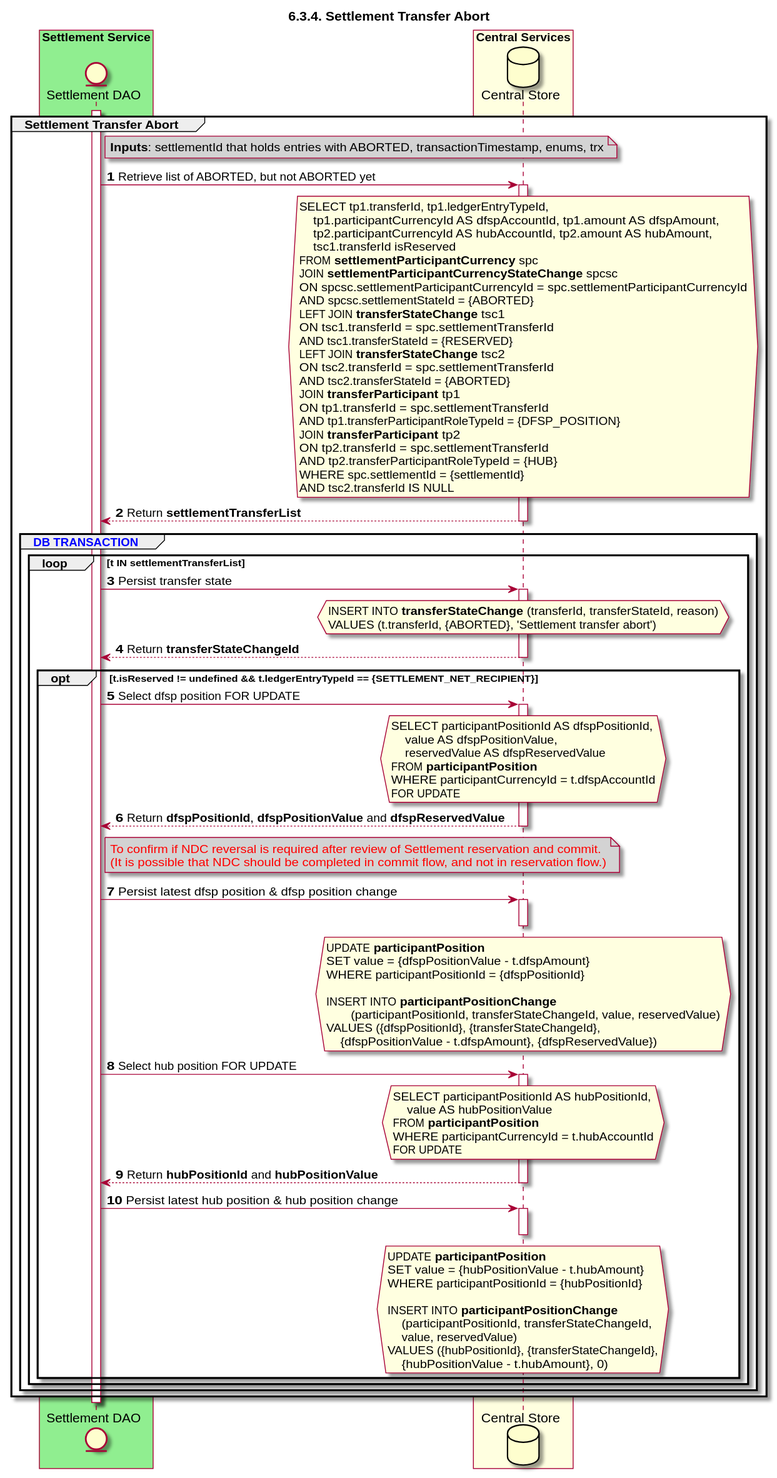
Above: Diagrams/SequenceDiagrams/seq-settransfer-6.3.4-abort.svg in ggrg/docs (PlantUML), before the change. The source it was exported from:
```plantuml
@startuml
title 6.3.4. Settlement Transfer Abort
autonumber

entity "Settlement DAO" as SETTLE_DAO
database "Central Store" as DB

box "Settlement Service" #lightgreen
    participant SETTLE_DAO
end box

box "Central Services" #lightyellow
    participant DB
end box

activate SETTLE_DAO
group Settlement Transfer Abort
    note right of SETTLE_DAO #lightgray
        **Inputs**: settlementId that holds entries with ABORTED, transactionTimestamp, enums, trx
    end note
    SETTLE_DAO -> DB: Retrieve list of ABORTED, but not ABORTED yet
    activate DB
    hnote over DB #lightyellow
        SELECT tp1.transferId, tp1.ledgerEntryTypeId,
            tp1.participantCurrencyId AS dfspAccountId, tp1.amount AS dfspAmount,
            tp2.participantCurrencyId AS hubAccountId, tp2.amount AS hubAmount,
            tsc1.transferId isReserved
        FROM **settlementParticipantCurrency** spc
        JOIN **settlementParticipantCurrencyStateChange** spcsc
        ON spcsc.settlementParticipantCurrencyId = spc.settlementParticipantCurrencyId
        AND spcsc.settlementStateId = {ABORTED}
        LEFT JOIN **transferStateChange** tsc1
        ON tsc1.transferId = spc.settlementTransferId
        AND tsc1.transferStateId = {RESERVED}
        LEFT JOIN **transferStateChange** tsc2
        ON tsc2.transferId = spc.settlementTransferId
        AND tsc2.transferStateId = {ABORTED}
        JOIN **transferParticipant** tp1
        ON tp1.transferId = spc.settlementTransferId
        AND tp1.transferParticipantRoleTypeId = {DFSP_POSITION}
        JOIN **transferParticipant** tp2
        ON tp2.transferId = spc.settlementTransferId
        AND tp2.transferParticipantRoleTypeId = {HUB}
        WHERE spc.settlementId = {settlementId}
        AND tsc2.transferId IS NULL
    end hnote
    DB --> SETTLE_DAO: Return **settlementTransferList**
    deactivate DB
    group <color #blue>DB TRANSACTION</color>
        loop t IN settlementTransferList
            SETTLE_DAO -> DB: Persist transfer state
            activate DB
            hnote over DB #lightyellow
                INSERT INTO **transferStateChange** (transferId, transferStateId, reason)
                VALUES (t.transferId, {ABORTED}, 'Settlement transfer abort')
            end note
            DB --> SETTLE_DAO: Return **transferStateChangeId**
            deactivate DB

            opt t.isReserved != undefined && t.ledgerEntryTypeId == {SETTLEMENT_NET_RECIPIENT}
                SETTLE_DAO -> DB: Select dfsp position FOR UPDATE
                activate DB
                hnote over DB #lightyellow
                    SELECT participantPositionId AS dfspPositionId,
                        value AS dfspPositionValue,
                        reservedValue AS dfspReservedValue
                    FROM **participantPosition**
                    WHERE participantCurrencyId = t.dfspAccountId
                    FOR UPDATE
                end note
                DB --> SETTLE_DAO: Return **dfspPositionId**, **dfspPositionValue** and **dfspReservedValue**
                deactivate DB

                note right of SETTLE_DAO #lightgray
                    <color #red>To confirm if NDC reversal is required after review of Settlement reservation and commit.</color>
                    <color #red>(It is possible that NDC should be completed in commit flow, and not in reservation flow.)</color>
                end note

                SETTLE_DAO->DB: Persist latest dfsp position & dfsp position change
                hnote over DB #lightyellow
                    UPDATE **participantPosition**
                    SET value = {dfspPositionValue - t.dfspAmount}
                    WHERE participantPositionId = {dfspPositionId}

                    INSERT INTO **participantPositionChange**
                           (participantPositionId, transferStateChangeId, value, reservedValue)
                    VALUES ({dfspPositionId}, {transferStateChangeId},
                        {dfspPositionValue - t.dfspAmount}, {dfspReservedValue})
                end note
                activate DB
                deactivate DB

                SETTLE_DAO -> DB: Select hub position FOR UPDATE
                activate DB
                hnote over DB #lightyellow
                    SELECT participantPositionId AS hubPositionId,
                        value AS hubPositionValue
                    FROM **participantPosition**
                    WHERE participantCurrencyId = t.hubAccountId
                    FOR UPDATE
                end note
                DB --> SETTLE_DAO: Return **hubPositionId** and **hubPositionValue**
                deactivate DB

                SETTLE_DAO->DB: Persist latest hub position & hub position change
                hnote over DB #lightyellow
                    UPDATE **participantPosition**
                    SET value = {hubPositionValue - t.hubAmount}
                    WHERE participantPositionId = {hubPositionId}

                    INSERT INTO **participantPositionChange**
                        (participantPositionId, transferStateChangeId,
                        value, reservedValue)
                    VALUES ({hubPositionId}, {transferStateChangeId},
                        {hubPositionValue - t.hubAmount}, 0)
                end note
                activate DB
                deactivate DB
            end
        end
    end
end
deactivate SETTLE_DAO

@enduml
```
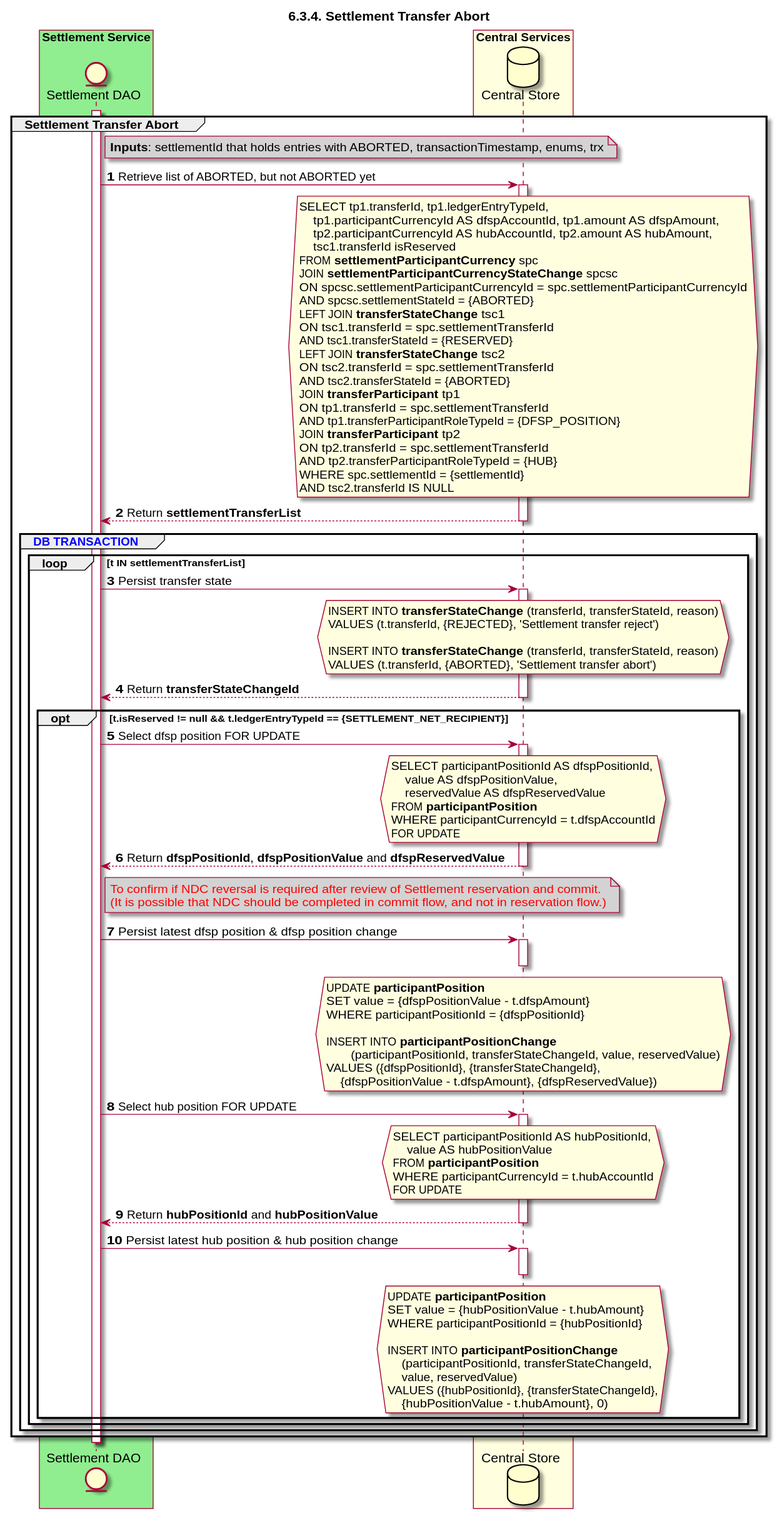
Later version of the same file.

Commit message:
Feature/535 Settlement Transfer Abort Implementation (#103)

The edit, as a diff of the source:
```diff
@@ -52,12 +52,15 @@
             activate DB
             hnote over DB #lightyellow
                 INSERT INTO **transferStateChange** (transferId, transferStateId, reason)
+                VALUES (t.transferId, {REJECTED}, 'Settlement transfer reject')
+
+                INSERT INTO **transferStateChange** (transferId, transferStateId, reason)
                 VALUES (t.transferId, {ABORTED}, 'Settlement transfer abort')
             end note
             DB --> SETTLE_DAO: Return **transferStateChangeId**
             deactivate DB
 
-            opt t.isReserved != undefined && t.ledgerEntryTypeId == {SETTLEMENT_NET_RECIPIENT}
+            opt t.isReserved != null && t.ledgerEntryTypeId == {SETTLEMENT_NET_RECIPIENT}
                 SETTLE_DAO -> DB: Select dfsp position FOR UPDATE
                 activate DB
                 hnote over DB #lightyellow
```
